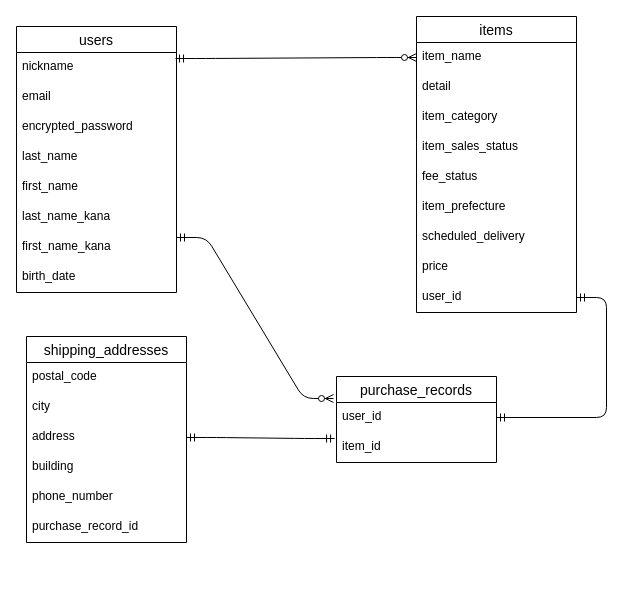
Above: furima37120.dio in ken-forest/furima-37120 (draw.io), before the change. Source tidied: cells renumbered, new cells numbered last; positions are measured from the earlier drawing's top-left corner, leaving out a move shared by most shapes. Both pictures are drawn from the tidied source at 100%, with x=0, y=0 at pixel (16, 16).
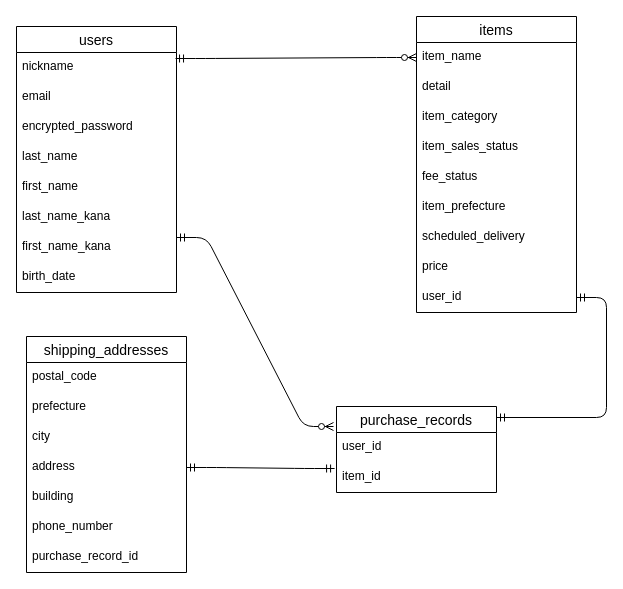
After the change.

Commit message (it also covers changes not shown here):
README.mdとfurima37120.dioのshipping_addressesテーブルにprefectureカラムを追加

The change refers to these unchanged cells:
```xml
<mxCell id="9" value="first_name_kana" style="text;strokeColor=none;fillColor=none;spacingLeft=4;spacingRight=4;overflow=hidden;points=[[0,0.5],[1,0.5]];portConstraint=eastwest;fontSize=12;" parent="2" vertex="1">
  <mxGeometry y="206" width="160" height="30" as="geometry" />
</mxCell>
```

Change to the diagram source:
```diff
@@
     <mxCell id="21" value="purchase_records" style="swimlane;fontStyle=0;horizontal=1;startSize=26;align=center;fontSize=14;" parent="1" vertex="1">
-      <mxGeometry x="320" y="360" width="160" height="86" as="geometry" />
+      <mxGeometry x="320" y="390" width="160" height="86" as="geometry" />
     </mxCell>
@@
     <mxCell id="24" value="shipping_addresses" style="swimlane;fontStyle=0;horizontal=1;startSize=26;align=center;fontSize=14;" parent="1" vertex="1">
-      <mxGeometry x="10" y="320" width="160" height="206" as="geometry" />
+      <mxGeometry x="10" y="320" width="160" height="236" as="geometry" />
     </mxCell>
+    <mxCell id="35" value="postal_code" style="text;strokeColor=none;fillColor=none;spacingLeft=4;spacingRight=4;overflow=hidden;fontSize=12;" parent="24" vertex="1">
+      <mxGeometry y="26" width="160" height="30" as="geometry" />
+    </mxCell>
-    <mxCell id="25" value="postal_code" style="text;strokeColor=none;fillColor=none;spacingLeft=4;spacingRight=4;overflow=hidden;fontSize=12;" parent="24" vertex="1">
-      <mxGeometry y="26" width="160" height="30" as="geometry" />
+    <mxCell id="25" value="prefecture" style="text;strokeColor=none;fillColor=none;spacingLeft=4;spacingRight=4;overflow=hidden;fontSize=12;" parent="24" vertex="1">
+      <mxGeometry y="56" width="160" height="30" as="geometry" />
     </mxCell>
     <mxCell id="26" value="city" style="text;strokeColor=none;fillColor=none;spacingLeft=4;spacingRight=4;overflow=hidden;fontSize=12;" parent="24" vertex="1">
-      <mxGeometry y="56" width="160" height="30" as="geometry" />
+      <mxGeometry y="86" width="160" height="30" as="geometry" />
     </mxCell>
     <mxCell id="27" value="address" style="text;strokeColor=none;fillColor=none;spacingLeft=4;spacingRight=4;overflow=hidden;points=[[0,0.5],[1,0.5]];portConstraint=eastwest;fontSize=12;" parent="24" vertex="1">
-      <mxGeometry y="86" width="160" height="30" as="geometry" />
+      <mxGeometry y="116" width="160" height="30" as="geometry" />
     </mxCell>
     <mxCell id="28" value="building" style="text;strokeColor=none;fillColor=none;spacingLeft=4;spacingRight=4;overflow=hidden;fontSize=12;" parent="24" vertex="1">
-      <mxGeometry y="116" width="160" height="30" as="geometry" />
+      <mxGeometry y="146" width="160" height="30" as="geometry" />
     </mxCell>
     <mxCell id="29" value="phone_number" style="text;strokeColor=none;fillColor=none;spacingLeft=4;spacingRight=4;overflow=hidden;fontSize=12;" parent="24" vertex="1">
-      <mxGeometry y="146" width="160" height="30" as="geometry" />
+      <mxGeometry y="176" width="160" height="30" as="geometry" />
     </mxCell>
     <mxCell id="30" value="purchase_record_id" style="text;strokeColor=none;fillColor=none;spacingLeft=4;spacingRight=4;overflow=hidden;fontSize=12;" parent="24" vertex="1">
-      <mxGeometry y="176" width="160" height="30" as="geometry" />
+      <mxGeometry y="206" width="160" height="30" as="geometry" />
     </mxCell>
-    <mxCell id="31" style="edgeStyle=entityRelationEdgeStyle;fontSize=12;html=1;endArrow=ERzeroToMany;startArrow=ERmandOne;entryX=-0.019;entryY=-0.133;entryDx=0;entryDy=0;exitX=1;exitY=0.167;exitDx=0;exitDy=0;entryPerimeter=0;exitPerimeter=0;" parent="1" edge="1" source="9">
+    <mxCell id="31" style="edgeStyle=entityRelationEdgeStyle;fontSize=12;html=1;endArrow=ERzeroToMany;startArrow=ERmandOne;exitX=1;exitY=0.167;exitDx=0;exitDy=0;exitPerimeter=0;" parent="1" edge="1" source="9">
       <mxGeometry relative="1" as="geometry">
-        <mxPoint x="317" y="382" as="targetPoint" />
+        <mxPoint x="317" y="410" as="targetPoint" />
       </mxGeometry>
     </mxCell>
```
